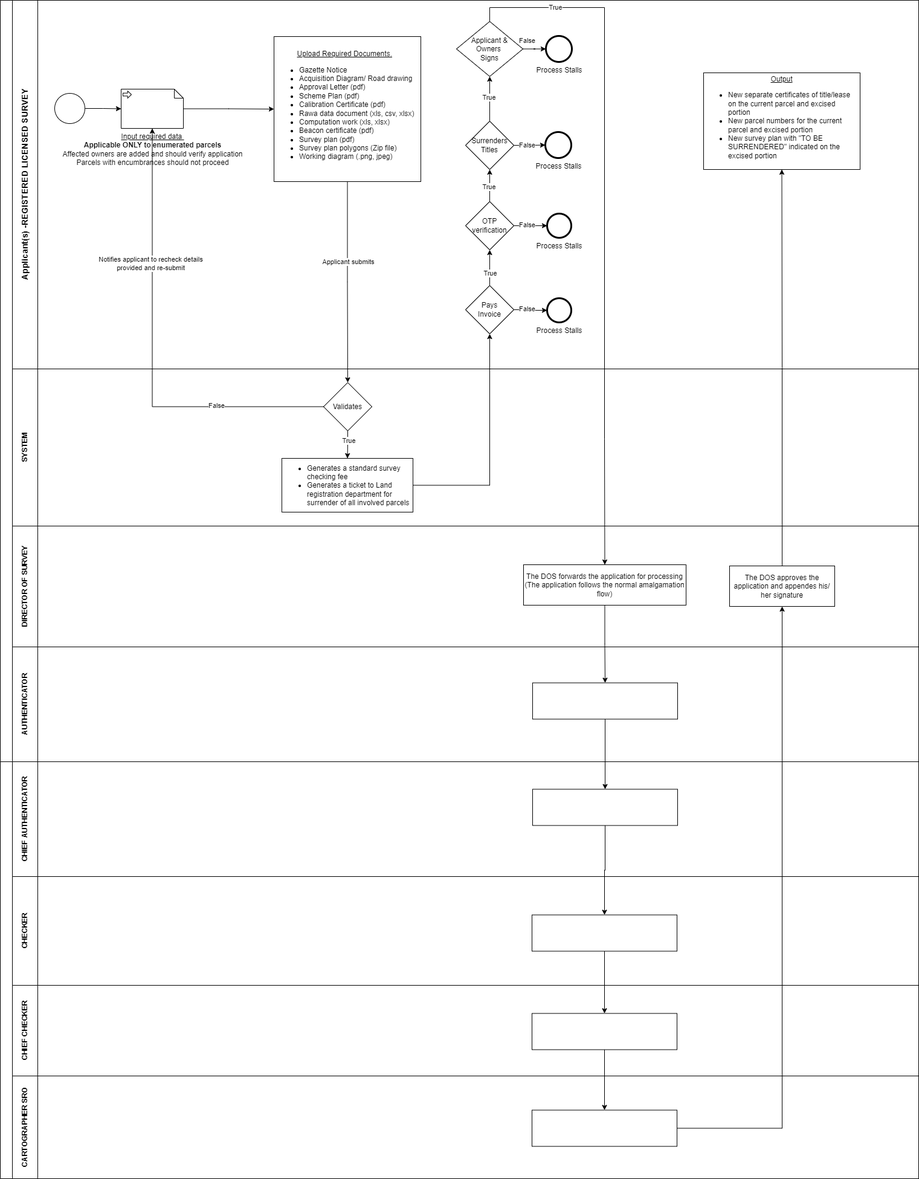
This is excision-survey.drawio.png from pascalokoth/BPMN, a draw.io export, as it was before one commit. Source tidied: cells renumbered, new cells last; positions are measured from the earlier drawing's top-left corner, leaving out a move shared by most shapes.
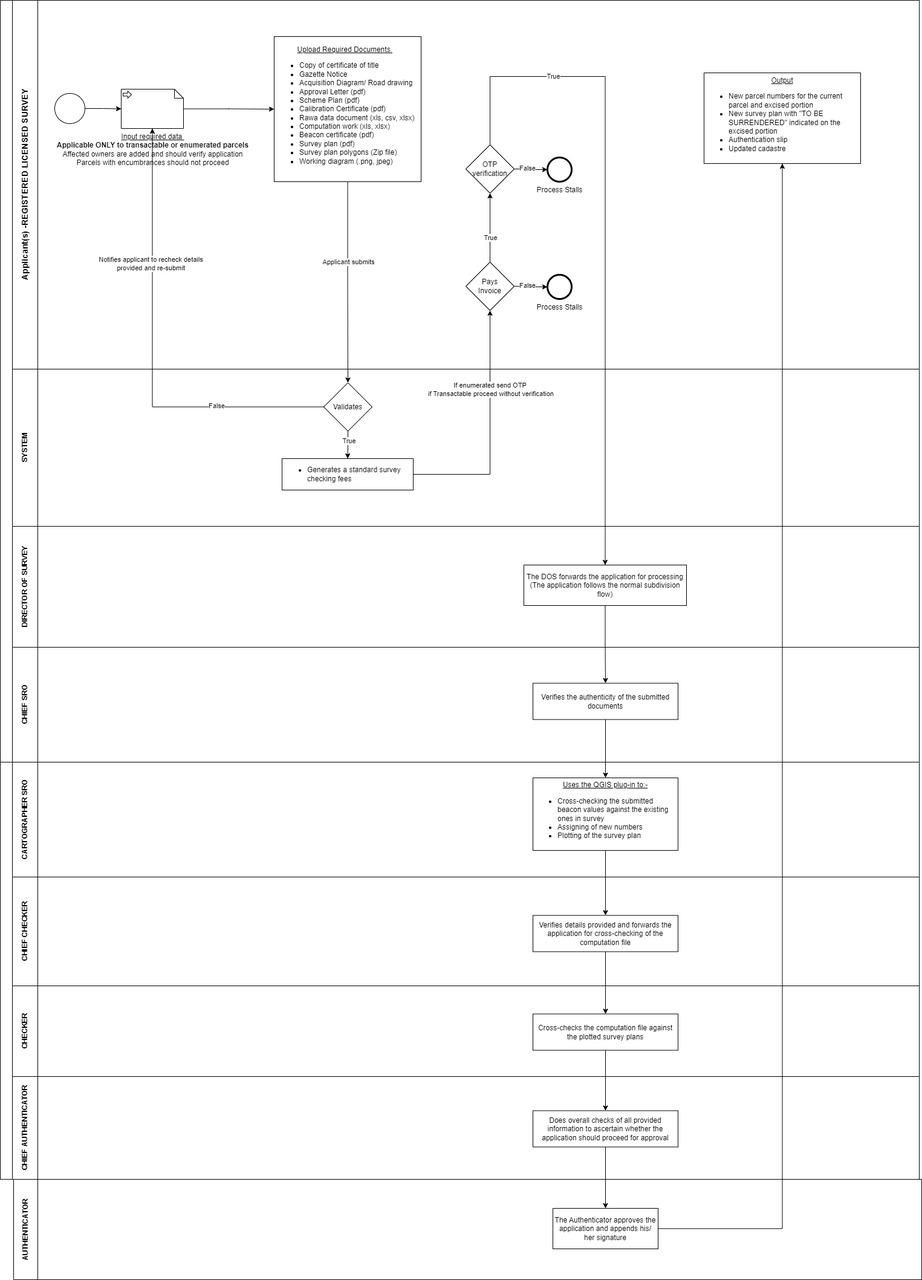
After the change.

The edit, as a diff of the source:
```diff
@@ -22,3 +22,3 @@
     </mxCell>
-    <mxCell id="8" value="&lt;div style=&quot;text-align: center;&quot;&gt;&lt;span style=&quot;background-color: initial;&quot;&gt;&lt;u&gt;Upload Required Documents.&lt;/u&gt;&lt;/span&gt;&lt;/div&gt;&lt;div style=&quot;&quot;&gt;&lt;ul&gt;&lt;li&gt;Gazette Notice&lt;/li&gt;&lt;li&gt;Acquisition Diagram/ Road drawing&lt;/li&gt;&lt;li&gt;Approval Letter (pdf)&lt;span id=&quot;docs-internal-guid-2cb9f986-7fff-3ab5-ec5d-4978b9674df6&quot;&gt;&lt;/span&gt;&lt;/li&gt;&lt;li&gt;Scheme Plan&amp;nbsp;(pdf)&lt;/li&gt;&lt;li&gt;Calibration Certificate&amp;nbsp;(pdf)&lt;/li&gt;&lt;li&gt;Rawa data document (xls, csv, xlsx)&lt;/li&gt;&lt;li&gt;Computation work&amp;nbsp;(xls, xlsx)&lt;/li&gt;&lt;li&gt;Beacon certificate (pdf)&lt;/li&gt;&lt;li&gt;Survey plan (pdf)&lt;/li&gt;&lt;li&gt;Survey plan polygons (Zip file)&lt;/li&gt;&lt;li&gt;Working diagram (.png, jpeg)&lt;/li&gt;&lt;/ul&gt;&lt;/div&gt;" style="whiteSpace=wrap;html=1;align=left;" parent="5" vertex="1">
+    <mxCell id="8" value="&lt;div style=&quot;text-align: center;&quot;&gt;&lt;span style=&quot;background-color: initial;&quot;&gt;&lt;u&gt;Upload Required Documents.&lt;/u&gt;&lt;/span&gt;&lt;/div&gt;&lt;div style=&quot;&quot;&gt;&lt;ul&gt;&lt;li&gt;Copy of certificate of title&lt;/li&gt;&lt;li&gt;Gazette Notice&lt;/li&gt;&lt;li&gt;Acquisition Diagram/ Road drawing&lt;/li&gt;&lt;li&gt;Approval Letter (pdf)&lt;span id=&quot;docs-internal-guid-2cb9f986-7fff-3ab5-ec5d-4978b9674df6&quot;&gt;&lt;/span&gt;&lt;/li&gt;&lt;li&gt;Scheme Plan&amp;nbsp;(pdf)&lt;/li&gt;&lt;li&gt;Calibration Certificate&amp;nbsp;(pdf)&lt;/li&gt;&lt;li&gt;Rawa data document (xls, csv, xlsx)&lt;/li&gt;&lt;li&gt;Computation work&amp;nbsp;(xls, xlsx)&lt;/li&gt;&lt;li&gt;Beacon certificate (pdf)&lt;/li&gt;&lt;li&gt;Survey plan (pdf)&lt;/li&gt;&lt;li&gt;Survey plan polygons (Zip file)&lt;/li&gt;&lt;li&gt;Working diagram (.png, jpeg)&lt;/li&gt;&lt;/ul&gt;&lt;/div&gt;" style="whiteSpace=wrap;html=1;align=left;" parent="5" vertex="1">
       <mxGeometry x="433" y="60" width="243" height="240" as="geometry" />
@@ -28,11 +28,5 @@
     </mxCell>
-    <mxCell id="10" value="&lt;u&gt;Input required data&amp;nbsp;&lt;br&gt;&lt;/u&gt;&lt;b&gt;Applicable ONLY to enumerated parcels&lt;/b&gt;&lt;b style=&quot;border-color: var(--border-color);&quot;&gt;&lt;br style=&quot;border-color: var(--border-color);&quot;&gt;&lt;/b&gt;Affected owners are added and should verify application&lt;br style=&quot;border-color: var(--border-color);&quot;&gt;Parcels with encumbrances should not proceed&lt;b&gt;&lt;br&gt;&lt;/b&gt;" style="shape=mxgraph.bpmn.data;labelPosition=center;verticalLabelPosition=bottom;align=center;verticalAlign=top;size=15;html=1;bpmnTransferType=input;" parent="5" vertex="1">
+    <mxCell id="10" value="&lt;u&gt;Input required data&amp;nbsp;&lt;br&gt;&lt;/u&gt;&lt;b&gt;Applicable ONLY to transactable or enumerated parcels&lt;/b&gt;&lt;b style=&quot;border-color: var(--border-color);&quot;&gt;&lt;br style=&quot;border-color: var(--border-color);&quot;&gt;&lt;/b&gt;Affected owners are added and should verify application&lt;br style=&quot;border-color: var(--border-color);&quot;&gt;Parcels with encumbrances should not proceed&lt;b&gt;&lt;br&gt;&lt;/b&gt;" style="shape=mxgraph.bpmn.data;labelPosition=center;verticalLabelPosition=bottom;align=center;verticalAlign=top;size=15;html=1;bpmnTransferType=input;" parent="5" vertex="1">
       <mxGeometry x="180" y="147" width="103" height="65" as="geometry" />
     </mxCell>
-    <mxCell id="11" style="edgeStyle=orthogonalEdgeStyle;rounded=0;jettySize=auto;html=1;" parent="5" edge="1" source="15" target="20">
-      <mxGeometry relative="1" as="geometry" />
-    </mxCell>
-    <mxCell id="12" value="True" style="edgeLabel;html=1;align=center;verticalAlign=middle;" parent="11" vertex="1">
-      <mxGeometry x="-0.05" y="2" relative="1" as="geometry" />
-    </mxCell>
     <mxCell id="13" style="edgeStyle=orthogonalEdgeStyle;rounded=0;jettySize=auto;html=1;" parent="5" edge="1" source="15" target="17">
@@ -46,23 +40,9 @@
     <mxCell id="15" value="OTP verification" style="rhombus;whiteSpace=wrap;html=1;align=center;" parent="5" vertex="1">
-      <mxGeometry x="750" y="333" width="80" height="80" as="geometry" />
+      <mxGeometry x="750" y="239" width="80" height="80" as="geometry" />
     </mxCell>
-    <mxCell id="16" value="Process Stalls" style="points=[[0.145,0.145,0],[0.5,0,0],[0.855,0.145,0],[1,0.5,0],[0.855,0.855,0],[0.5,1,0],[0.145,0.855,0],[0,0.5,0]];shape=mxgraph.bpmn.event;html=1;verticalLabelPosition=bottom;labelBackgroundColor=#ffffff;verticalAlign=top;align=center;perimeter=ellipsePerimeter;outlineConnect=0;outline=end;symbol=terminate2;" parent="5" vertex="1">
-      <mxGeometry x="882" y="218" width="43" height="43" as="geometry" />
-    </mxCell>
     <mxCell id="17" value="Process Stalls" style="points=[[0.145,0.145,0],[0.5,0,0],[0.855,0.145,0],[1,0.5,0],[0.855,0.855,0],[0.5,1,0],[0.145,0.855,0],[0,0.5,0]];shape=mxgraph.bpmn.event;html=1;verticalLabelPosition=bottom;labelBackgroundColor=#ffffff;verticalAlign=top;align=center;perimeter=ellipsePerimeter;outlineConnect=0;outline=end;symbol=terminate2;" parent="5" vertex="1">
-      <mxGeometry x="885" y="353" width="40" height="40" as="geometry" />
+      <mxGeometry x="885" y="260" width="40" height="40" as="geometry" />
     </mxCell>
-    <mxCell id="18" style="edgeStyle=orthogonalEdgeStyle;rounded=0;jettySize=auto;html=1;" parent="5" edge="1" source="20" target="16">
-      <mxGeometry relative="1" as="geometry" />
-    </mxCell>
-    <mxCell id="19" value="False" style="edgeLabel;html=1;align=center;verticalAlign=middle;" parent="18" vertex="1">
-      <mxGeometry x="-0.35" y="1" relative="1" as="geometry">
-        <mxPoint x="4" as="offset" />
-      </mxGeometry>
-    </mxCell>
-    <mxCell id="20" value="Surrenders&lt;br&gt;Titles" style="rhombus;whiteSpace=wrap;html=1;" parent="5" vertex="1">
-      <mxGeometry x="750" y="200" width="80" height="80" as="geometry" />
-    </mxCell>
-    <mxCell id="21" value="&lt;u&gt;Output&lt;/u&gt;&lt;br&gt;&lt;ul style=&quot;&quot;&gt;&lt;li style=&quot;text-align: left;&quot;&gt;New separate certificates of title/lease on the current parcel and excised portion&lt;/li&gt;&lt;li style=&quot;text-align: left;&quot;&gt;New parcel numbers for the current parcel and excised portion&lt;/li&gt;&lt;li style=&quot;text-align: left;&quot;&gt;New survey plan with &quot;TO BE SURRENDERED&quot; indicated on the excised portion&lt;/li&gt;&lt;/ul&gt;" style="whiteSpace=wrap;html=1;" parent="5" vertex="1">
-      <mxGeometry x="1144" y="120" width="259" height="160" as="geometry" />
+    <mxCell id="21" value="&lt;u&gt;Output&lt;br&gt;&lt;/u&gt;&lt;ul style=&quot;&quot;&gt;&lt;li style=&quot;text-align: left;&quot;&gt;New parcel numbers for the current parcel and excised portion&lt;/li&gt;&lt;li style=&quot;text-align: left;&quot;&gt;New survey plan with &quot;TO BE SURRENDERED&quot; indicated on the excised portion&lt;/li&gt;&lt;li style=&quot;text-align: left;&quot;&gt;Authentication slip&lt;/li&gt;&lt;li style=&quot;text-align: left;&quot;&gt;Updated cadastre&lt;/li&gt;&lt;/ul&gt;" style="whiteSpace=wrap;html=1;" parent="5" vertex="1">
+      <mxGeometry x="1144" y="120" width="259" height="150" as="geometry" />
     </mxCell>
@@ -74,4 +54,4 @@
     </mxCell>
-    <mxCell id="24" value="&lt;ul&gt;&lt;li&gt;Generates a standard survey checking fee&lt;/li&gt;&lt;li&gt;Generates a ticket to Land registration department for surrender of all involved parcels&lt;/li&gt;&lt;/ul&gt;" style="whiteSpace=wrap;html=1;align=left;" parent="22" vertex="1">
-      <mxGeometry x="446" y="148" width="217" height="89" as="geometry" />
+    <mxCell id="24" value="&lt;ul&gt;&lt;li&gt;Generates a standard survey checking fees&lt;/li&gt;&lt;/ul&gt;" style="whiteSpace=wrap;html=1;align=left;" parent="22" vertex="1">
+      <mxGeometry x="446" y="148" width="217" height="52" as="geometry" />
     </mxCell>
@@ -95,26 +75,13 @@
     </mxCell>
-    <mxCell id="31" value="AUTHENTICATOR" style="swimlane;html=1;startSize=42;horizontal=0;" parent="2" vertex="1">
+    <mxCell id="31" value="CHIEF SRO" style="swimlane;html=1;startSize=42;horizontal=0;" parent="2" vertex="1">
       <mxGeometry x="20" y="1070" width="1500" height="190" as="geometry" />
     </mxCell>
-    <mxCell id="32" style="whiteSpace=wrap;html=1;" parent="31" vertex="1">
+    <mxCell id="32" value="Verifies the authenticity of the submitted documents" style="whiteSpace=wrap;html=1;" parent="31" vertex="1">
       <mxGeometry x="861" y="59.5" width="240" height="60" as="geometry" />
     </mxCell>
-    <mxCell id="33" style="edgeStyle=orthogonalEdgeStyle;rounded=0;jettySize=auto;html=1;" parent="1" edge="1" source="34" target="37">
-      <mxGeometry relative="1" as="geometry" />
+    <mxCell id="33" style="edgeStyle=orthogonalEdgeStyle;rounded=0;jettySize=auto;html=1;" parent="1" edge="1" source="x">
+      <mxGeometry relative="1" as="geometry">
+        <mxPoint x="903" y="80.5" as="targetPoint" />
+      </mxGeometry>
     </mxCell>
-    <mxCell id="34" value="Applicant &amp;amp;&lt;br&gt;Owners&amp;nbsp;&lt;br&gt;Signs" style="rhombus;whiteSpace=wrap;html=1;" parent="1" vertex="1">
-      <mxGeometry x="755" y="35" width="110" height="91" as="geometry" />
-    </mxCell>
-    <mxCell id="35" style="edgeStyle=orthogonalEdgeStyle;rounded=0;jettySize=auto;html=1;" parent="1" edge="1" source="20" target="34">
-      <mxGeometry relative="1" as="geometry" />
-    </mxCell>
-    <mxCell id="36" value="True" style="edgeLabel;html=1;align=center;verticalAlign=middle;" parent="35" vertex="1">
-      <mxGeometry x="0.07" y="2" relative="1" as="geometry" />
-    </mxCell>
-    <mxCell id="37" value="Process Stalls" style="points=[[0.145,0.145,0],[0.5,0,0],[0.855,0.145,0],[1,0.5,0],[0.855,0.855,0],[0.5,1,0],[0.145,0.855,0],[0,0.5,0]];shape=mxgraph.bpmn.event;html=1;verticalLabelPosition=bottom;labelBackgroundColor=#ffffff;verticalAlign=top;align=center;perimeter=ellipsePerimeter;outlineConnect=0;outline=end;symbol=terminate2;" parent="1" vertex="1">
-      <mxGeometry x="903" y="59" width="43" height="43" as="geometry" />
-    </mxCell>
-    <mxCell id="38" value="False" style="edgeLabel;html=1;align=center;verticalAlign=middle;" parent="1" vertex="1">
-      <mxGeometry x="871.8" y="66" as="geometry" />
-    </mxCell>
     <mxCell id="39" style="edgeStyle=orthogonalEdgeStyle;rounded=0;jettySize=auto;html=1;" parent="1" edge="1" source="40" target="32">
@@ -122,11 +89,10 @@
     </mxCell>
-    <mxCell id="40" value="The DOS forwards the application for processing&lt;br&gt;(The application follows the normal amalgamation flow)" style="whiteSpace=wrap;html=1;align=center;" parent="1" vertex="1">
+    <mxCell id="40" value="The DOS forwards the application for processing&lt;br&gt;(The application follows the normal subdivision flow)" style="whiteSpace=wrap;html=1;align=center;" parent="1" vertex="1">
       <mxGeometry x="866" y="934" width="269" height="67" as="geometry" />
     </mxCell>
-    <mxCell id="41" style="edgeStyle=orthogonalEdgeStyle;rounded=0;jettySize=auto;html=1;exitX=0.5;exitY=0;exitDx=0;exitDy=0;entryX=0.5;entryY=0;entryDx=0;entryDy=0;" parent="1" edge="1" source="34" target="40">
+    <mxCell id="41" style="edgeStyle=orthogonalEdgeStyle;rounded=0;jettySize=auto;html=1;exitX=0.5;exitY=0;exitDx=0;exitDy=0;entryX=0.5;entryY=0;entryDx=0;entryDy=0;" parent="1" edge="1" source="15" target="40">
       <mxGeometry relative="1" as="geometry">
         <Array as="points">
-          <mxPoint x="810" y="12" />
-          <mxPoint x="1000" y="12" />
-          <mxPoint x="1000" y="726" />
+          <mxPoint x="810" y="126" />
+          <mxPoint x="1001" y="126" />
         </Array>
@@ -136,3 +102,3 @@
       <mxGeometry x="-0.63" y="2" relative="1" as="geometry">
-        <mxPoint x="-80" y="1" as="offset" />
+        <mxPoint x="10" y="1" as="offset" />
       </mxGeometry>
@@ -145,4 +111,4 @@
     </mxCell>
-    <mxCell id="45" style="whiteSpace=wrap;html=1;" parent="1" vertex="1">
-      <mxGeometry x="881" y="1305.5" width="240" height="60" as="geometry" />
+    <mxCell id="45" value="&lt;u style=&quot;border-color: var(--border-color);&quot;&gt;Uses the QGIS plug-in to:-&lt;/u&gt;&lt;br style=&quot;border-color: var(--border-color);&quot;&gt;&lt;ul style=&quot;border-color: var(--border-color);&quot;&gt;&lt;li style=&quot;border-color: var(--border-color); text-align: left;&quot;&gt;Cross-checking the submitted beacon values against the existing ones in survey&lt;/li&gt;&lt;li style=&quot;border-color: var(--border-color); text-align: left;&quot;&gt;Assigning of new numbers&lt;/li&gt;&lt;li style=&quot;border-color: var(--border-color); text-align: left;&quot;&gt;Plotting of the survey plan&lt;/li&gt;&lt;/ul&gt;" style="whiteSpace=wrap;html=1;" parent="1" vertex="1">
+      <mxGeometry x="881" y="1286" width="240" height="120" as="geometry" />
     </mxCell>
@@ -151,10 +117,10 @@
     </mxCell>
-    <mxCell id="47" style="whiteSpace=wrap;html=1;" parent="1" vertex="1">
-      <mxGeometry x="880" y="1513.5" width="240" height="60" as="geometry" />
+    <mxCell id="47" value="Verifies details provided and forwards the application for cross-checking of the computation file" style="whiteSpace=wrap;html=1;" parent="1" vertex="1">
+      <mxGeometry x="881" y="1513.5" width="240" height="60" as="geometry" />
     </mxCell>
-    <mxCell id="48" style="edgeStyle=orthogonalEdgeStyle;rounded=0;jettySize=auto;html=1;entryX=0.5;entryY=1;entryDx=0;entryDy=0;" parent="1" edge="1" source="49" target="51">
+    <mxCell id="48" style="edgeStyle=orthogonalEdgeStyle;rounded=0;jettySize=auto;html=1;" parent="1" edge="1" source="49" target="51">
       <mxGeometry relative="1" as="geometry" />
     </mxCell>
-    <mxCell id="49" style="whiteSpace=wrap;html=1;fontStyle=1;" parent="1" vertex="1">
-      <mxGeometry x="880" y="1836.5" width="240" height="60" as="geometry" />
+    <mxCell id="49" value="&lt;span style=&quot;font-weight: normal;&quot;&gt;Does overall checks of all provided information to ascertain whether the application should proceed for approval&lt;/span&gt;" style="whiteSpace=wrap;html=1;fontStyle=1;" parent="1" vertex="1">
+      <mxGeometry x="881" y="1836.5" width="240" height="60" as="geometry" />
     </mxCell>
@@ -163,4 +129,4 @@
     </mxCell>
-    <mxCell id="51" value="The DOS approves the application and appendes his/ her signature" style="whiteSpace=wrap;html=1;align=center;" parent="1" vertex="1">
-      <mxGeometry x="1207" y="936" width="174" height="67" as="geometry" />
+    <mxCell id="51" value="The Authenticator approves the application and appends his/ her signature" style="whiteSpace=wrap;html=1;align=center;" parent="1" vertex="1">
+      <mxGeometry x="914" y="1998" width="174" height="67" as="geometry" />
     </mxCell>
@@ -181,6 +147,6 @@
     <mxCell id="56" value="Pays&lt;br&gt;&amp;nbsp;Invoice&amp;nbsp;" style="rhombus;whiteSpace=wrap;html=1;align=center;" parent="1" vertex="1">
-      <mxGeometry x="770" y="472" width="80" height="80" as="geometry" />
+      <mxGeometry x="770" y="433" width="80" height="80" as="geometry" />
     </mxCell>
     <mxCell id="57" value="Process Stalls" style="points=[[0.145,0.145,0],[0.5,0,0],[0.855,0.145,0],[1,0.5,0],[0.855,0.855,0],[0.5,1,0],[0.145,0.855,0],[0,0.5,0]];shape=mxgraph.bpmn.event;html=1;verticalLabelPosition=bottom;labelBackgroundColor=#ffffff;verticalAlign=top;align=center;perimeter=ellipsePerimeter;outlineConnect=0;outline=end;symbol=terminate2;" parent="1" vertex="1">
-      <mxGeometry x="905" y="493" width="40" height="40" as="geometry" />
+      <mxGeometry x="905" y="454" width="40" height="40" as="geometry" />
     </mxCell>
@@ -189,2 +155,5 @@
     </mxCell>
+    <mxCell id="81" value="If enumerated send OTP&lt;br&gt;&amp;nbsp;if Transactable proceed without verification" style="edgeLabel;html=1;align=center;verticalAlign=middle;" parent="58" vertex="1">
+      <mxGeometry x="0.34" y="1" relative="1" as="geometry" />
+    </mxCell>
     <mxCell id="59" style="swimlane;html=1;horizontal=0;startSize=20;whiteSpace=wrap;" parent="1" vertex="1">
@@ -200,3 +169,3 @@
     </mxCell>
-    <mxCell id="62" value="&lt;font style=&quot;&quot;&gt;CHIEF AUTHENTICATOR&lt;br&gt;&lt;/font&gt;" style="swimlane;html=1;startSize=42;horizontal=0;align=center;" parent="59" vertex="1">
+    <mxCell id="62" value="&lt;font style=&quot;&quot;&gt;CARTOGRAPHER SRO&lt;br&gt;&lt;/font&gt;" style="swimlane;html=1;startSize=42;horizontal=0;align=center;" parent="59" vertex="1">
       <mxGeometry x="20" width="1500" height="190" as="geometry" />
@@ -236,3 +205,3 @@
     </mxCell>
-    <mxCell id="70" value="CHECKER" style="swimlane;html=1;startSize=42;horizontal=0;" parent="59" vertex="1">
+    <mxCell id="70" value="CHIEF CHECKER" style="swimlane;html=1;startSize=42;horizontal=0;" parent="59" vertex="1">
       <mxGeometry x="20" y="190" width="1500" height="180" as="geometry" />
@@ -247,6 +216,6 @@
     </mxCell>
-    <mxCell id="73" value="CHIEF CHECKER" style="swimlane;html=1;startSize=42;horizontal=0;" parent="59" vertex="1">
+    <mxCell id="73" value="CHECKER" style="swimlane;html=1;startSize=42;horizontal=0;" parent="59" vertex="1">
       <mxGeometry x="20" y="370" width="1500" height="150" as="geometry" />
     </mxCell>
-    <mxCell id="74" value="CARTOGRAPHER SRO" style="swimlane;html=1;startSize=42;horizontal=0;" parent="59" vertex="1">
+    <mxCell id="74" value="CHIEF AUTHENTICATOR" style="swimlane;html=1;startSize=42;horizontal=0;" parent="59" vertex="1">
       <mxGeometry x="20" y="520" width="1500" height="170" as="geometry" />
@@ -272,5 +241,8 @@
     </mxCell>
-    <mxCell id="80" style="whiteSpace=wrap;html=1;fontStyle=1;" parent="1" vertex="1">
-      <mxGeometry x="880" y="1676.5" width="240" height="60" as="geometry" />
+    <mxCell id="80" value="&lt;span style=&quot;font-weight: normal;&quot;&gt;Cross-checks the computation file against the plotted survey plans&lt;/span&gt;" style="whiteSpace=wrap;html=1;fontStyle=1;" parent="1" vertex="1">
+      <mxGeometry x="881" y="1676.5" width="240" height="60" as="geometry" />
     </mxCell>
+    <mxCell id="82" value="AUTHENTICATOR" style="swimlane;horizontal=0;whiteSpace=wrap;html=1;startSize=40;" parent="1" vertex="1">
+      <mxGeometry x="22" y="1950" width="1502" height="166" as="geometry" />
+    </mxCell>
   </root>
```
